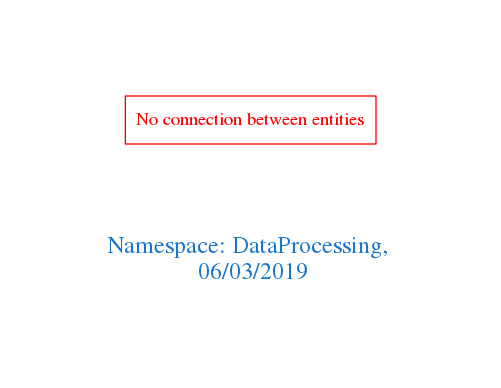
arago/OGIT keeps this Graphviz diagram as downloads/DataProcessing.png. Above is the earlier version. Its source is kept beside it as downloads/DataProcessing.dot.
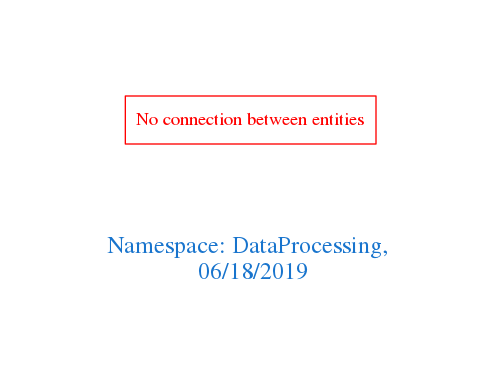
After the commit.

The edit, as a diff of the source:
```diff
@@ -1,7 +1,7 @@
 digraph OGIT_ontology {
  graph [ rankdir= LR,pad=1
 fontsize = 18,
-fontcolor= dodgerblue3,label = "\n\n\nNamespace: DataProcessing, \n 06/03/2019"];
+fontcolor= dodgerblue3,label = "\n\n\nNamespace: DataProcessing, \n 06/18/2019"];
 node[shape=polygon];
 edge [  color="gray81"];
 
```
